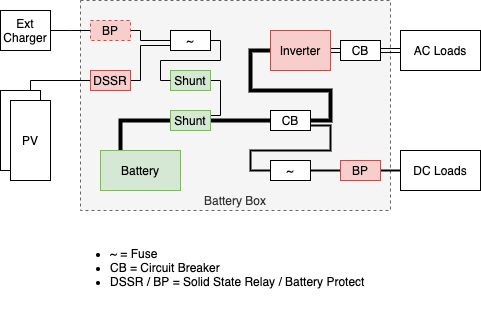
This is SBMS0_wiring.png from bdlow/sbms0, a draw.io export, as it was before one commit. Source tidied: cells renumbered, new cells last; positions are measured from the earlier drawing's top-left corner, leaving out a move shared by most shapes.
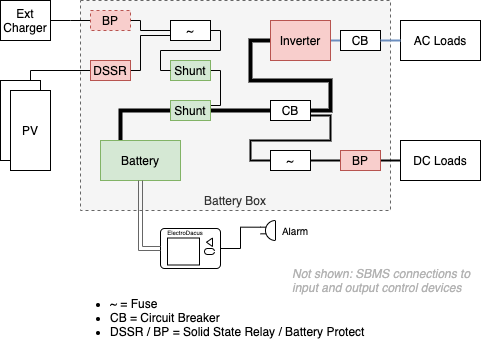
Later version of the same file.

Commit message:
add EXTIO type 6 alarm note

What changed in the source:
```diff
@@ -3,10 +3,10 @@
     <mxCell id="0" />
     <mxCell id="1" parent="0" />
     <mxCell id="2" value="Battery Box" style="rounded=0;whiteSpace=wrap;html=1;fillColor=#f5f5f5;strokeColor=#666666;fontColor=#333333;dashed=1;verticalAlign=bottom;" parent="1" vertex="1">
-      <mxGeometry x="80" width="310" height="210" as="geometry" />
+      <mxGeometry x="80" y="10" width="310" height="210" as="geometry" />
     </mxCell>
     <mxCell id="3" value="&lt;ul&gt;&lt;li&gt;&lt;span&gt;~ = Fuse&lt;/span&gt;&lt;br&gt;&lt;/li&gt;&lt;li&gt;&lt;span&gt;CB = Circuit Breaker&lt;/span&gt;&lt;br&gt;&lt;/li&gt;&lt;li&gt;&lt;span&gt;DSSR / BP = Solid State Relay /&amp;nbsp;&lt;/span&gt;Battery Protect&lt;/li&gt;&lt;/ul&gt;" style="text;html=1;strokeColor=none;fillColor=none;align=left;verticalAlign=top;whiteSpace=wrap;rounded=0;dashed=1;spacing=0;" parent="1" vertex="1">
-      <mxGeometry x="70" y="230" width="320" height="80" as="geometry" />
+      <mxGeometry x="70" y="290" width="320" height="80" as="geometry" />
     </mxCell>
     <mxCell id="4" value="Circuit" parent="0" />
     <mxCell id="5" style="edgeStyle=orthogonalEdgeStyle;rounded=0;jettySize=auto;html=1;exitX=0.75;exitY=0;exitDx=0;exitDy=0;entryX=0;entryY=0.5;entryDx=0;entryDy=0;endArrow=none;endFill=0;" parent="4" edge="1" source="29" target="14">
@@ -91,7 +91,7 @@
     <mxCell id="21" value="~" style="rounded=0;whiteSpace=wrap;html=1;" parent="4" vertex="1">
       <mxGeometry x="170" y="30" width="40" height="20" as="geometry" />
     </mxCell>
-    <mxCell id="22" style="edgeStyle=orthogonalEdgeStyle;rounded=0;jettySize=auto;html=1;exitX=1;exitY=0.5;exitDx=0;exitDy=0;entryX=0;entryY=0.5;entryDx=0;entryDy=0;endArrow=none;endFill=0;strokeWidth=1;shape=link;" parent="4" edge="1" source="23" target="31">
+    <mxCell id="22" style="edgeStyle=orthogonalEdgeStyle;rounded=0;jettySize=auto;html=1;exitX=1;exitY=0.5;exitDx=0;exitDy=0;entryX=0;entryY=0.5;entryDx=0;entryDy=0;endArrow=none;endFill=0;strokeWidth=2;fillColor=#dae8fc;strokeColor=#6c8ebf;" parent="4" edge="1" source="23" target="31">
       <mxGeometry relative="1" as="geometry" />
     </mxCell>
     <mxCell id="23" value="Inverter" style="rounded=0;whiteSpace=wrap;html=1;fillColor=#f8cecc;strokeColor=#b85450;" parent="4" vertex="1">
@@ -125,7 +125,7 @@
     <mxCell id="31" value="CB" style="rounded=0;whiteSpace=wrap;html=1;" parent="4" vertex="1">
       <mxGeometry x="340" y="40" width="40" height="20" as="geometry" />
     </mxCell>
-    <mxCell id="32" style="edgeStyle=orthogonalEdgeStyle;rounded=0;jettySize=auto;html=1;exitX=1;exitY=0.5;exitDx=0;exitDy=0;entryX=0;entryY=0.5;entryDx=0;entryDy=0;endArrow=none;endFill=0;strokeWidth=1;shape=link;" parent="4" edge="1" source="31" target="26">
+    <mxCell id="32" style="edgeStyle=orthogonalEdgeStyle;rounded=0;jettySize=auto;html=1;exitX=1;exitY=0.5;exitDx=0;exitDy=0;entryX=0;entryY=0.5;entryDx=0;entryDy=0;endArrow=none;endFill=0;strokeWidth=2;fillColor=#dae8fc;strokeColor=#6c8ebf;" parent="4" edge="1" source="31" target="26">
       <mxGeometry relative="1" as="geometry" />
     </mxCell>
     <mxCell id="33" style="edgeStyle=orthogonalEdgeStyle;rounded=0;jettySize=auto;html=1;exitX=1;exitY=0.5;exitDx=0;exitDy=0;entryX=0;entryY=0.5;entryDx=0;entryDy=0;endArrow=none;endFill=0;strokeWidth=1;fontSize=1;" parent="4" edge="1" source="34" target="21">
@@ -142,5 +142,38 @@
     <mxCell id="35" value="BP" style="rounded=0;whiteSpace=wrap;html=1;fillColor=#f8cecc;strokeColor=#b85450;" parent="4" vertex="1">
       <mxGeometry x="340" y="160" width="40" height="20" as="geometry" />
     </mxCell>
+    <mxCell id="36" style="edgeStyle=orthogonalEdgeStyle;rounded=0;jettySize=auto;html=1;exitX=1;exitY=0.665;exitDx=0;exitDy=0;exitPerimeter=0;entryX=1;entryY=0.5;entryDx=0;entryDy=0;strokeWidth=1;endArrow=none;endFill=0;" parent="4" edge="1" source="37" target="39">
+      <mxGeometry relative="1" as="geometry" />
+    </mxCell>
+    <mxCell id="37" style="verticalLabelPosition=bottom;shadow=0;dashed=0;align=center;html=1;verticalAlign=top;shape=mxgraph.electrical.electro-mechanical.buzzer;rotation=-180;" parent="4" vertex="1">
+      <mxGeometry x="260" y="230" width="15" height="20" as="geometry" />
+    </mxCell>
+    <mxCell id="38" style="group;" parent="4" vertex="1">
+      <mxGeometry x="160" y="230" width="60" height="48" as="geometry" />
+    </mxCell>
+    <mxCell id="39" style="rounded=1;whiteSpace=wrap;html=1;arcSize=10;" parent="38" vertex="1">
+      <mxGeometry y="8" width="60" height="40" as="geometry" />
+    </mxCell>
+    <mxCell id="40" style="rounded=0;whiteSpace=wrap;html=1;" parent="38" vertex="1">
+      <mxGeometry x="7" y="17.5" width="32" height="27" as="geometry" />
+    </mxCell>
+    <mxCell id="41" style="triangle;whiteSpace=wrap;html=1;rotation=-180;" parent="38" vertex="1">
+      <mxGeometry x="46" y="17.5" width="6" height="8.5" as="geometry" />
+    </mxCell>
+    <mxCell id="42" style="strokeWidth=1;html=1;shape=mxgraph.flowchart.terminator;whiteSpace=wrap;" parent="38" vertex="1">
+      <mxGeometry x="44" y="28" width="10" height="6" as="geometry" />
+    </mxCell>
+    <mxCell id="43" value="&lt;font style=&quot;font-size: 6px&quot;&gt;ElectroDacus&lt;/font&gt;" style="text;html=1;strokeColor=none;fillColor=none;align=center;verticalAlign=middle;whiteSpace=wrap;rounded=0;" parent="38" vertex="1">
+      <mxGeometry x="5" width="40" height="20" as="geometry" />
+    </mxCell>
+    <mxCell id="44" style="endArrow=none;html=1;entryX=0.5;entryY=1;entryDx=0;entryDy=0;exitX=0;exitY=0.5;exitDx=0;exitDy=0;edgeStyle=orthogonalEdgeStyle;rounded=0;elbow=vertical;shape=link;fillColor=#f5f5f5;strokeColor=#666666;" parent="4" edge="1" source="39" target="7">
+      <mxGeometry relative="1" as="geometry" />
+    </mxCell>
+    <mxCell id="45" value="Alarm" style="text;html=1;strokeColor=none;fillColor=none;align=center;verticalAlign=middle;whiteSpace=wrap;rounded=0;fontSize=10;" parent="4" vertex="1">
+      <mxGeometry x="275" y="230" width="40" height="20" as="geometry" />
+    </mxCell>
+    <mxCell id="46" value="Not shown: SBMS connections to input and output control devices" style="text;strokeColor=none;fillColor=none;align=left;verticalAlign=top;rounded=0;fontSize=12;whiteSpace=wrap;html=1;fontStyle=2;fontColor=#B3B3B3;" parent="4" vertex="1">
+      <mxGeometry x="290" y="270" width="200" height="20" as="geometry" />
+    </mxCell>
   </root>
 </mxGraphModel>
```
